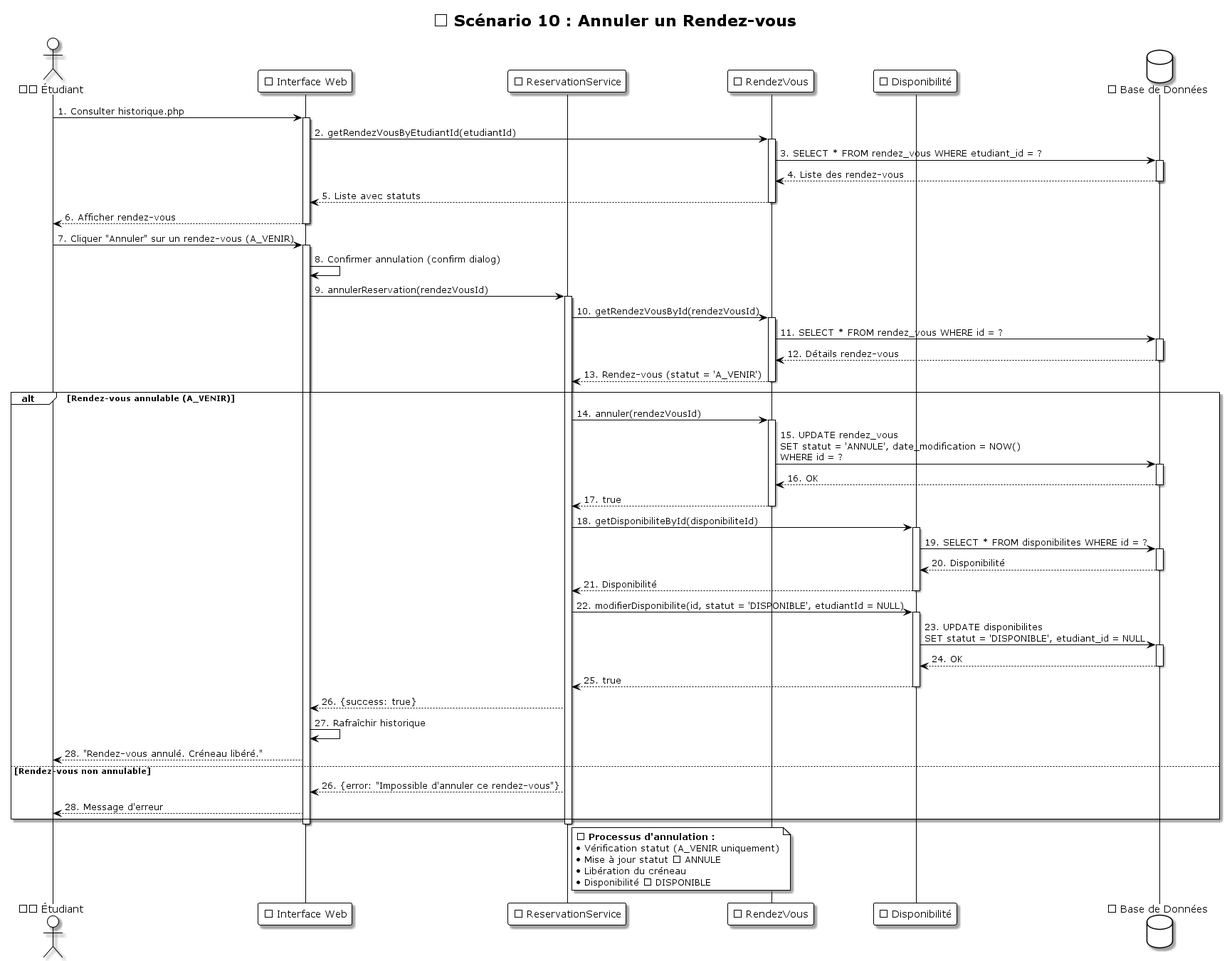
Before: UML/diagrammes_sequence/Sequence_10_Annuler_RendezVous.png, a diagram exported from PlantUML (LLAbdul/LLAbdul-projet-tutoplus).
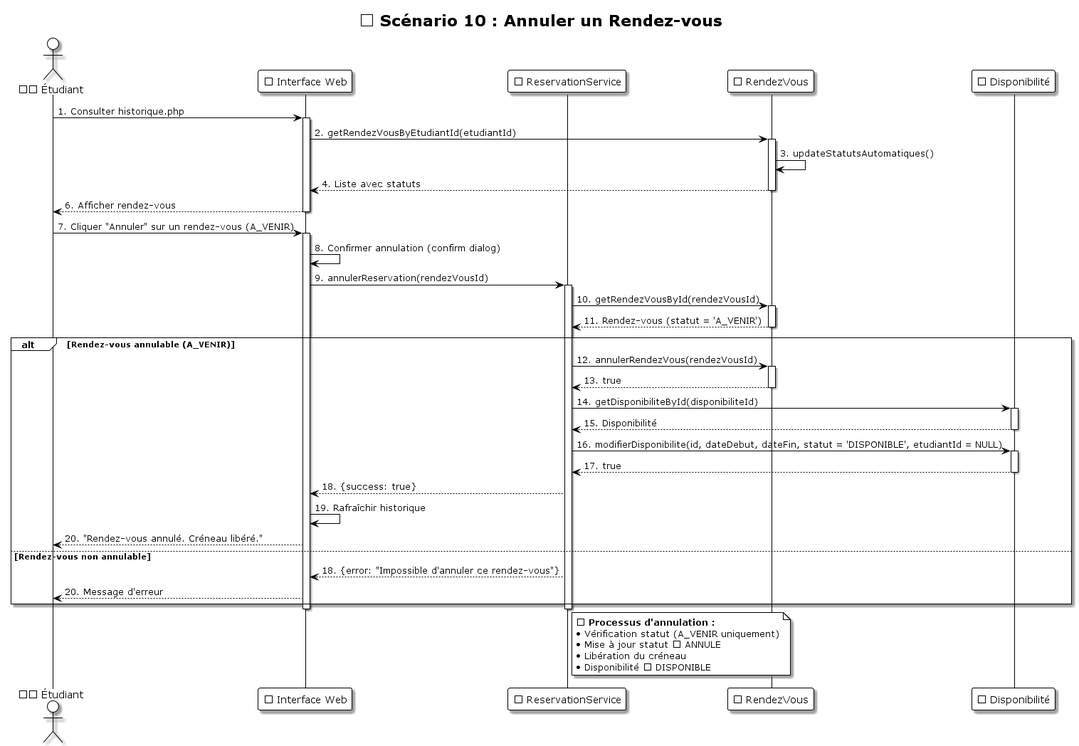
After the commit.

The edit, as a diff of the source:
```diff
@@ -10,17 +10,13 @@
 participant "📅 ReservationService" as ReservationService
 participant "📋 RendezVous" as RendezVous
 participant "⏰ Disponibilité" as Disponibilite
-database "💾 Base de Données" as DB
 
 Etudiant -> UI: 1. Consulter historique.php
 activate UI
 UI -> RendezVous: 2. getRendezVousByEtudiantId(etudiantId)
 activate RendezVous
-RendezVous -> DB: 3. SELECT * FROM rendez_vous WHERE etudiant_id = ?
-activate DB
-DB --> RendezVous: 4. Liste des rendez-vous
-deactivate DB
-RendezVous --> UI: 5. Liste avec statuts
+RendezVous -> RendezVous: 3. updateStatutsAutomatiques()
+RendezVous --> UI: 4. Liste avec statuts
 deactivate RendezVous
 UI --> Etudiant: 6. Afficher rendez-vous
 deactivate UI
@@ -33,47 +29,31 @@
 
 ReservationService -> RendezVous: 10. getRendezVousById(rendezVousId)
 activate RendezVous
-RendezVous -> DB: 11. SELECT * FROM rendez_vous WHERE id = ?
-activate DB
-DB --> RendezVous: 12. Détails rendez-vous
-deactivate DB
-RendezVous --> ReservationService: 13. Rendez-vous (statut = 'A_VENIR')
+RendezVous --> ReservationService: 11. Rendez-vous (statut = 'A_VENIR')
 deactivate RendezVous
 
 alt Rendez-vous annulable (A_VENIR)
-    ReservationService -> RendezVous: 14. annuler(rendezVousId)
+    ReservationService -> RendezVous: 12. annulerRendezVous(rendezVousId)
     activate RendezVous
-    RendezVous -> DB: 15. UPDATE rendez_vous\nSET statut = 'ANNULE', date_modification = NOW()\nWHERE id = ?
-    activate DB
-    DB --> RendezVous: 16. OK
-    deactivate DB
-    RendezVous --> ReservationService: 17. true
+    RendezVous --> ReservationService: 13. true
     deactivate RendezVous
 
-    ReservationService -> Disponibilite: 18. getDisponibiliteById(disponibiliteId)
+    ReservationService -> Disponibilite: 14. getDisponibiliteById(disponibiliteId)
     activate Disponibilite
-    Disponibilite -> DB: 19. SELECT * FROM disponibilites WHERE id = ?
-    activate DB
-    DB --> Disponibilite: 20. Disponibilité
-    deactivate DB
-    Disponibilite --> ReservationService: 21. Disponibilité
+    Disponibilite --> ReservationService: 15. Disponibilité
     deactivate Disponibilite
 
-    ReservationService -> Disponibilite: 22. modifierDisponibilite(id, statut = 'DISPONIBLE', etudiantId = NULL)
+    ReservationService -> Disponibilite: 16. modifierDisponibilite(id, dateDebut, dateFin, statut = 'DISPONIBLE', etudiantId = NULL)
     activate Disponibilite
-    Disponibilite -> DB: 23. UPDATE disponibilites\nSET statut = 'DISPONIBLE', etudiant_id = NULL
-    activate DB
-    DB --> Disponibilite: 24. OK
-    deactivate DB
-    Disponibilite --> ReservationService: 25. true
+    Disponibilite --> ReservationService: 17. true
     deactivate Disponibilite
 
-    ReservationService --> UI: 26. {success: true}
-    UI -> UI: 27. Rafraîchir historique
-    UI --> Etudiant: 28. "Rendez-vous annulé. Créneau libéré."
+    ReservationService --> UI: 18. {success: true}
+    UI -> UI: 19. Rafraîchir historique
+    UI --> Etudiant: 20. "Rendez-vous annulé. Créneau libéré."
 else Rendez-vous non annulable
-    ReservationService --> UI: 26. {error: "Impossible d'annuler ce rendez-vous"}
-    UI --> Etudiant: 28. Message d'erreur
+    ReservationService --> UI: 18. {error: "Impossible d'annuler ce rendez-vous"}
+    UI --> Etudiant: 20. Message d'erreur
 end
 
 deactivate ReservationService
```
